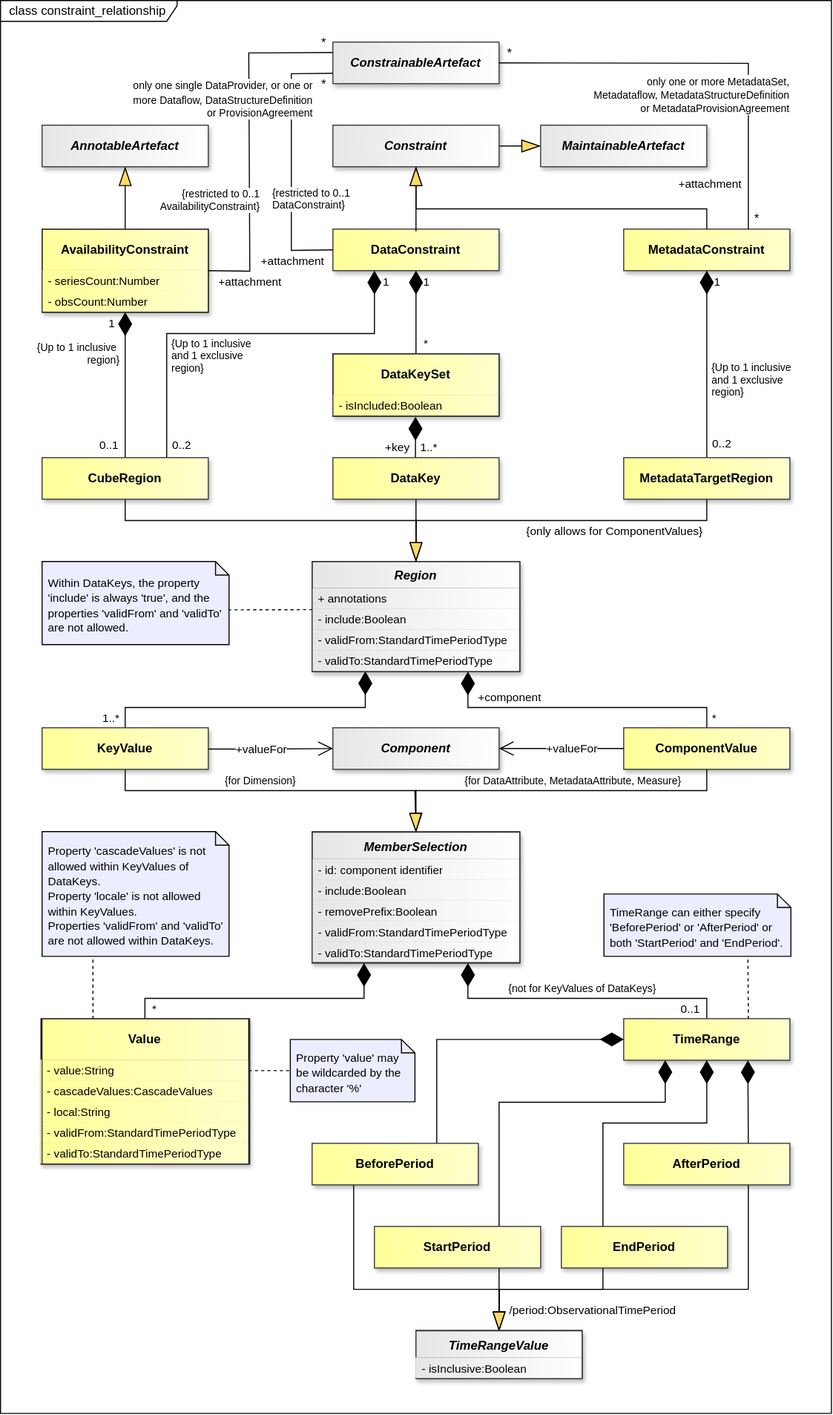
This is docs/information_model/media/sdmx_registry-constraint_relationship.svg from sdmx-twg/sdmx-im, a draw.io export, as it was before one commit. Source tidied: cells renumbered, new cells last; positions are measured from the earlier drawing's top-left corner, leaving out a move shared by most shapes.
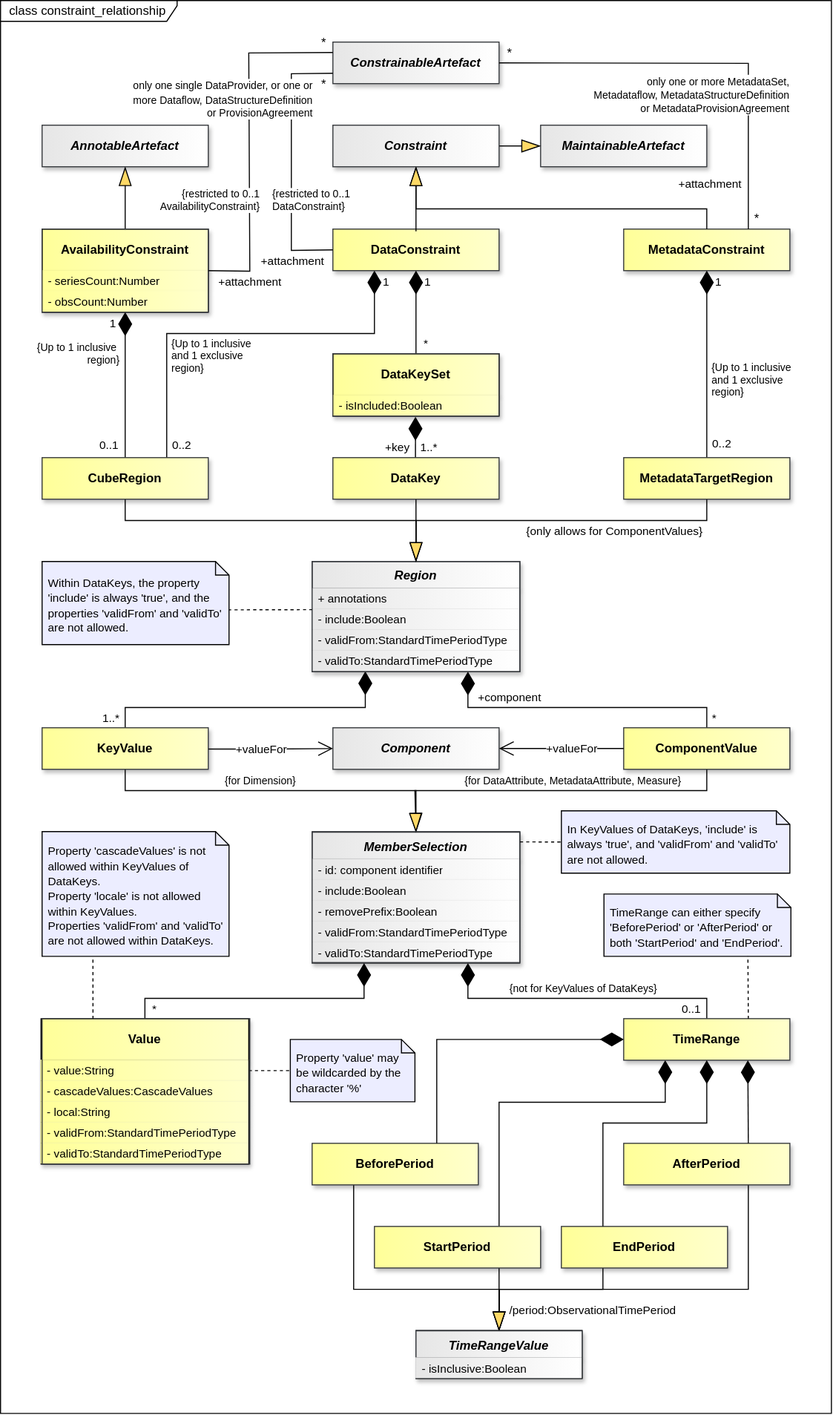
The same file after the commit.

Commit message:
https://github.com/sdmx-twg/sdmx-im/issues/24; https://github.com/sdmx-twg/sdmx-im/issues/56

Diff of the diagram source:
```diff
@@ -644,7 +644,7 @@
     <mxCell id="162" style="shape=note2;size=13;html=1;fillColor=light-dark(#ECEDFF,#ECEDFF);shadow=0;fontColor=light-dark(#000000,#000000);strokeColor=light-dark(#000000,#000000);verticalAlign=top;" parent="1" vertex="1">
       <mxGeometry x="40" y="800" width="180" height="120" as="geometry" />
     </mxCell>
-    <mxCell id="163" value="&lt;div&gt;&lt;span style=&quot;font-size: 11px;&quot;&gt;Property 'cascadeValues' is not allowed within KeyValues of DataKeys.&lt;/span&gt;&lt;/div&gt;&lt;div&gt;&lt;span style=&quot;font-size: 11px;&quot;&gt;Property 'locale' is not allowed within KeyValues.&lt;/span&gt;&lt;/div&gt;&lt;div&gt;&lt;span style=&quot;font-size: 11px;&quot;&gt;Properties 'validFrom' and 'validTo' are not allowed within DataKeys.&lt;/span&gt;&lt;/div&gt;" style="text;html=1;strokeColor=none;fillColor=none;align=left;verticalAlign=middle;spacingLeft=4;spacingRight=4;overflow=hidden;points=[[0,0.5],[1,0.5]];portConstraint=eastwest;whiteSpace=wrap;labelBorderColor=none;spacingTop=8;fontColor=light-dark(#000000,#000000);spacingBottom=4;" parent="162" vertex="1">
+    <mxCell id="163" value="&lt;div&gt;&lt;span style=&quot;font-size: 11px;&quot;&gt;Property 'cascadeValues' is not allowed within KeyValues of DataKeys.&amp;nbsp;&lt;br&gt;&lt;/span&gt;&lt;span style=&quot;font-size: 11px; background-color: transparent;&quot;&gt;Property 'locale' is not allowed within KeyValues.&amp;nbsp;&lt;br&gt;&lt;/span&gt;&lt;span style=&quot;font-size: 11px; background-color: transparent;&quot;&gt;Properties 'validFrom' and 'validTo' are not allowed within DataKeys.&lt;/span&gt;&lt;/div&gt;" style="text;html=1;strokeColor=none;fillColor=none;align=left;verticalAlign=middle;spacingLeft=4;spacingRight=4;overflow=hidden;points=[[0,0.5],[1,0.5]];portConstraint=eastwest;whiteSpace=wrap;labelBorderColor=none;spacingTop=8;fontColor=light-dark(#000000,#000000);spacingBottom=4;" parent="162" vertex="1">
       <mxGeometry width="180" height="120" as="geometry" />
     </mxCell>
     <mxCell id="164" style="edgeStyle=none;curved=1;rounded=0;jettySize=auto;html=1;fontSize=12;startSize=8;endSize=8;entryX=0.272;entryY=1.004;entryDx=0;entryDy=0;entryPerimeter=0;endArrow=none;endFill=0;dashed=1;exitX=0.25;exitY=0;exitDx=0;exitDy=0;" parent="1" edge="1" source="97" target="163">
@@ -671,5 +671,14 @@
     <mxCell id="171" style="edgeStyle=none;curved=1;rounded=0;jettySize=auto;html=1;fontSize=12;startSize=8;endSize=8;entryX=1;entryY=0.5;entryDx=0;entryDy=6.5;entryPerimeter=0;endArrow=none;endFill=0;dashed=1;exitX=0;exitY=0.437;exitDx=0;exitDy=0;exitPerimeter=0;" parent="1" edge="1" source="130" target="169">
       <mxGeometry x="0.41" y="6.67" relative="1" as="geometry" />
     </mxCell>
+    <mxCell id="172" style="shape=note2;size=13;html=1;fillColor=light-dark(#ECEDFF,#ECEDFF);shadow=0;fontColor=light-dark(#000000,#000000);strokeColor=light-dark(#000000,#000000);verticalAlign=top;" parent="1" vertex="1">
+      <mxGeometry x="540" y="780" width="220" height="60" as="geometry" />
+    </mxCell>
+    <mxCell id="173" value="&lt;span style=&quot;font-size: 11px;&quot;&gt;In KeyValues of DataKeys, 'include' is always 'true', and&amp;nbsp;&lt;/span&gt;&lt;span style=&quot;font-size: 11px;&quot;&gt;'validFrom' and 'validTo' are not allowed&lt;/span&gt;&lt;span style=&quot;font-size: 11px;&quot;&gt;.&lt;/span&gt;" style="text;html=1;strokeColor=none;fillColor=none;align=left;verticalAlign=middle;spacingLeft=4;spacingRight=4;overflow=hidden;whiteSpace=wrap;labelBorderColor=none;spacingTop=8;fontColor=light-dark(#000000,#000000);spacingBottom=4;" parent="172" vertex="1">
+      <mxGeometry width="220" height="60" as="geometry" />
+    </mxCell>
+    <mxCell id="174" style="edgeStyle=none;curved=1;rounded=0;jettySize=auto;html=1;fontSize=12;startSize=8;endSize=8;entryX=0;entryY=0.5;entryDx=0;entryDy=0;entryPerimeter=0;endArrow=none;endFill=0;dashed=1;exitX=1.001;exitY=0.078;exitDx=0;exitDy=0;exitPerimeter=0;" parent="1" edge="1" source="150" target="172">
+      <mxGeometry x="0.43" y="6.67" relative="1" as="geometry" />
+    </mxCell>
   </root>
 </mxGraphModel>
```
